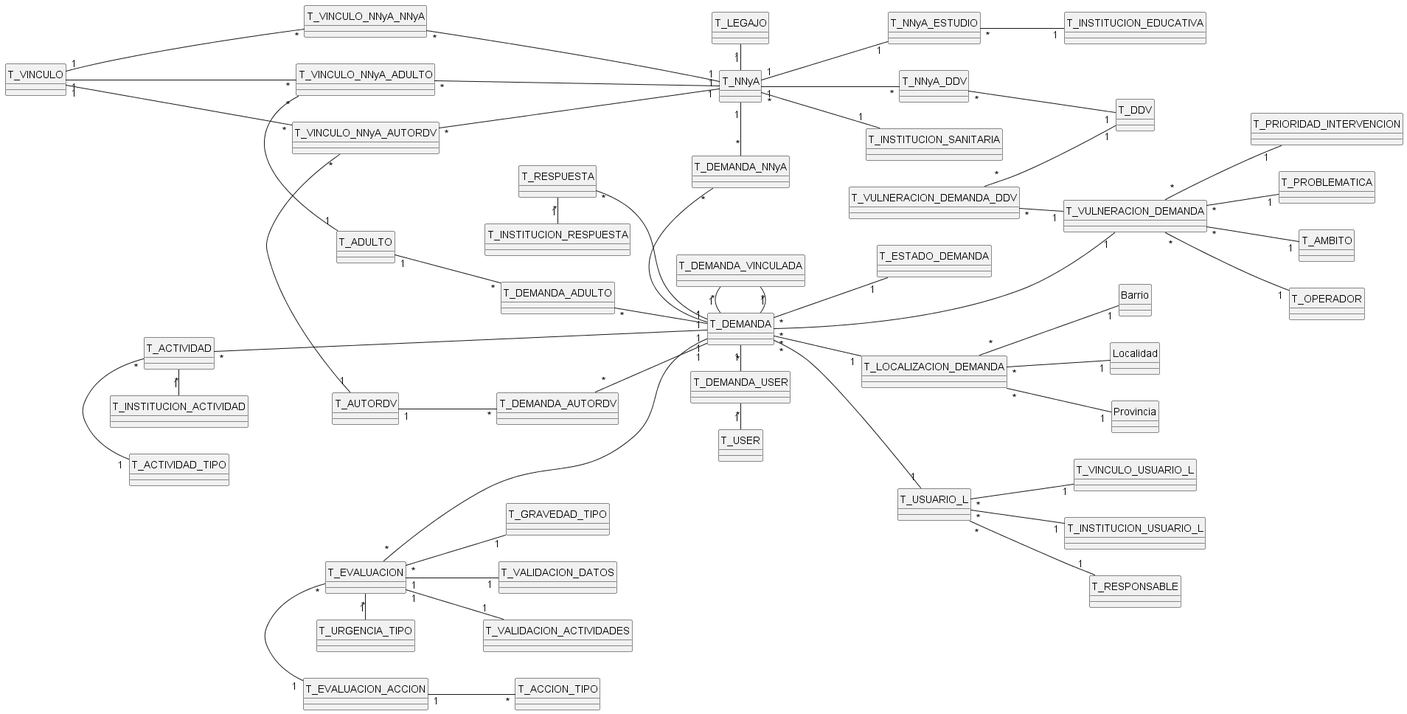
This is docs/db/just_entities_relationship.png from fosc-hub/SENAF-RUNNA-db-backend, a PlantUML export, as it was before one commit.
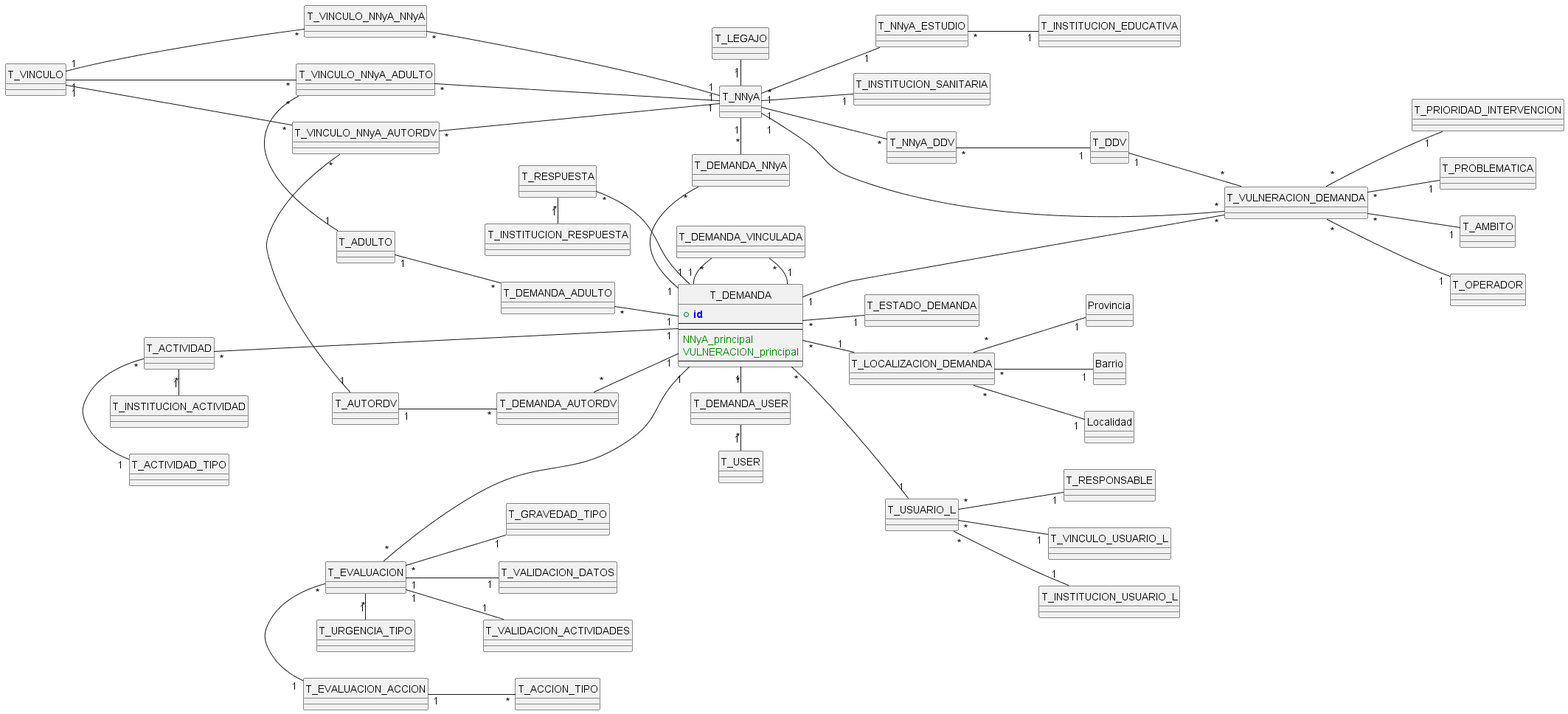
The same file after the commit.

Commit message:
just_entities image update

Change to the diagram source:
```diff
@@ -6,6 +6,14 @@
 hide circle
 left to right direction
 
+entity T_DEMANDA {
+    + PRIMARY_KEY(id)
+    --
+    --
+    FOREIGN_KEY(NNyA_principal)
+    FOREIGN_KEY(VULNERACION_principal)
+    --
+}
 T_DEMANDA_USER "*" - "1" T_USER
 T_DEMANDA "1" - "*" T_DEMANDA_USER
 T_DEMANDA "*" -- "1" T_ESTADO_DEMANDA
@@ -42,13 +50,13 @@
 T_USUARIO_L "*" -- "1" T_INSTITUCION_USUARIO_L
 T_USUARIO_L "*" -- "1" T_RESPONSABLE
 
-T_DEMANDA "*" --- "1" T_VULNERACION_DEMANDA
-T_VULNERACION_DEMANDA_DDV "*" -- "1" T_VULNERACION_DEMANDA
-T_VULNERACION_DEMANDA_DDV "*" -- "1" T_DDV
+T_DEMANDA "1" --- "*" T_VULNERACION_DEMANDA
+T_DDV "1" -- "*" T_VULNERACION_DEMANDA
 T_VULNERACION_DEMANDA "*" -- "1" T_PRIORIDAD_INTERVENCION
 T_VULNERACION_DEMANDA "*" -- "1" T_PROBLEMATICA
 T_VULNERACION_DEMANDA "*" -- "1" T_AMBITO
 T_VULNERACION_DEMANDA "*" -- "1" T_OPERADOR
+T_NNyA "1" -- "*" T_VULNERACION_DEMANDA
 
 T_ACTIVIDAD "*" ---- "1" T_DEMANDA
 T_ACTIVIDAD "*" - "1" T_ACTIVIDAD_TIPO
```
